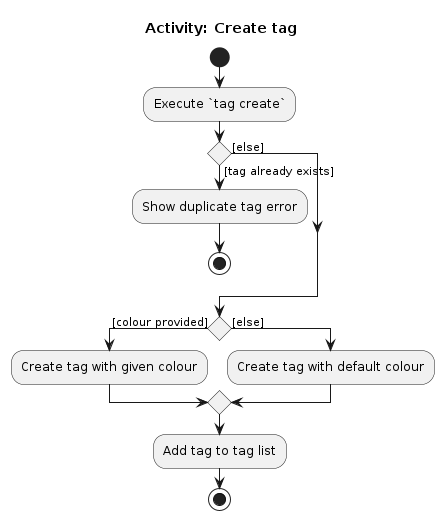
The PlantUML diagram diagrams/tag/TagCreateActivityDiagram.png in AY2526S2-CS2103-T11-1/tp, before a commit. Its source is kept beside it as diagrams/tag/TagCreateActivityDiagram.puml.
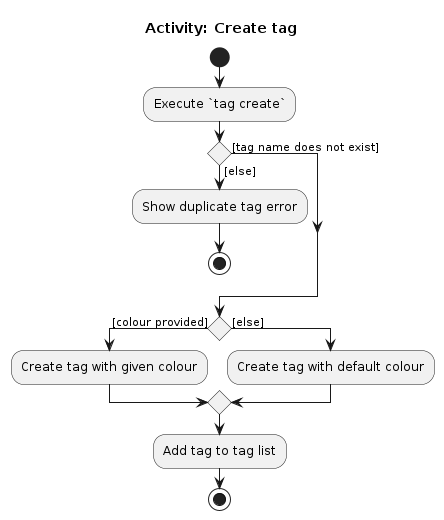
The same file after the commit.

The edit, as a diff of the source:
```diff
@@ -5,10 +5,10 @@
 
 :Execute `tag create`;
 
-if () then ([tag already exists])
+if () then ([tag name does not exist])
+else ([else])
     :Show duplicate tag error;
     stop
-else ([else])
 endif
 
 if () then ([colour provided])
```
